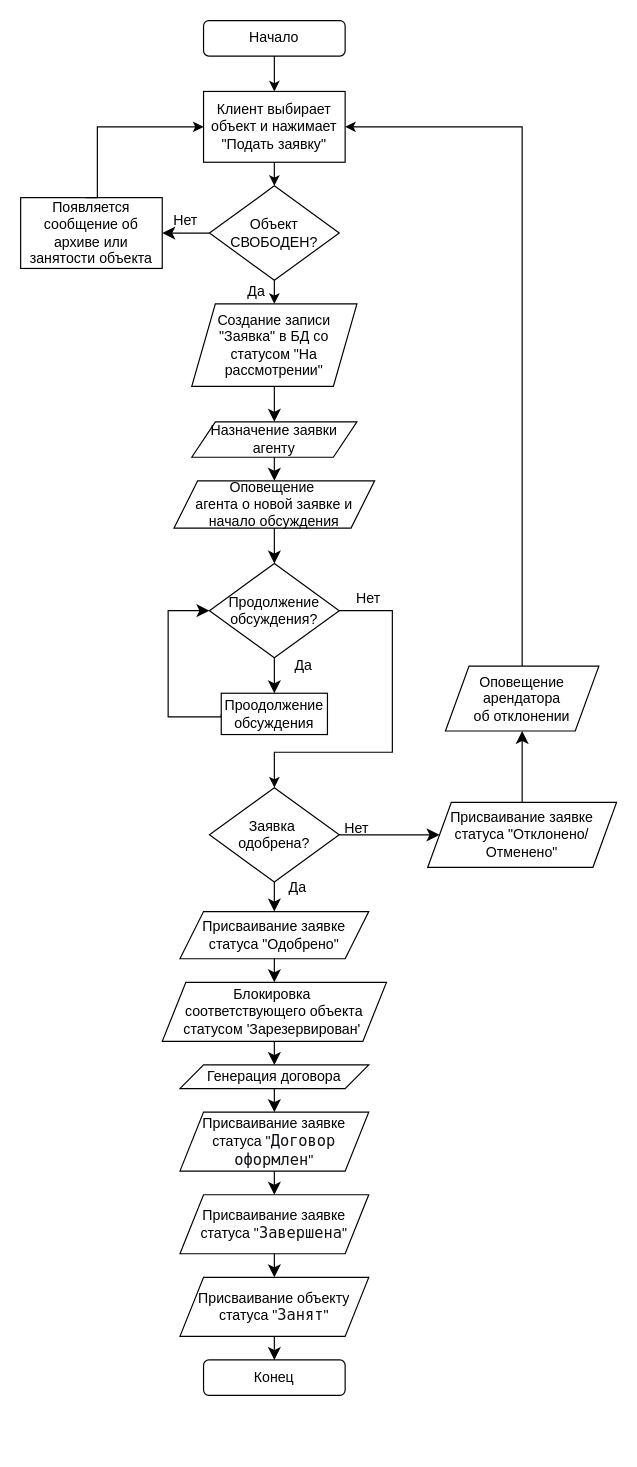
This is docs/charts/block_diagram.drawio from vladislavboev2007/RentEase, a draw.io file, before an edit. Source tidied: cells renumbered, new cells numbered last; positions are measured from the earlier drawing's top-left corner, leaving out a move shared by most shapes. Both pictures are drawn from the tidied source at 118%, with x=0, y=0 at pixel (20, 20).
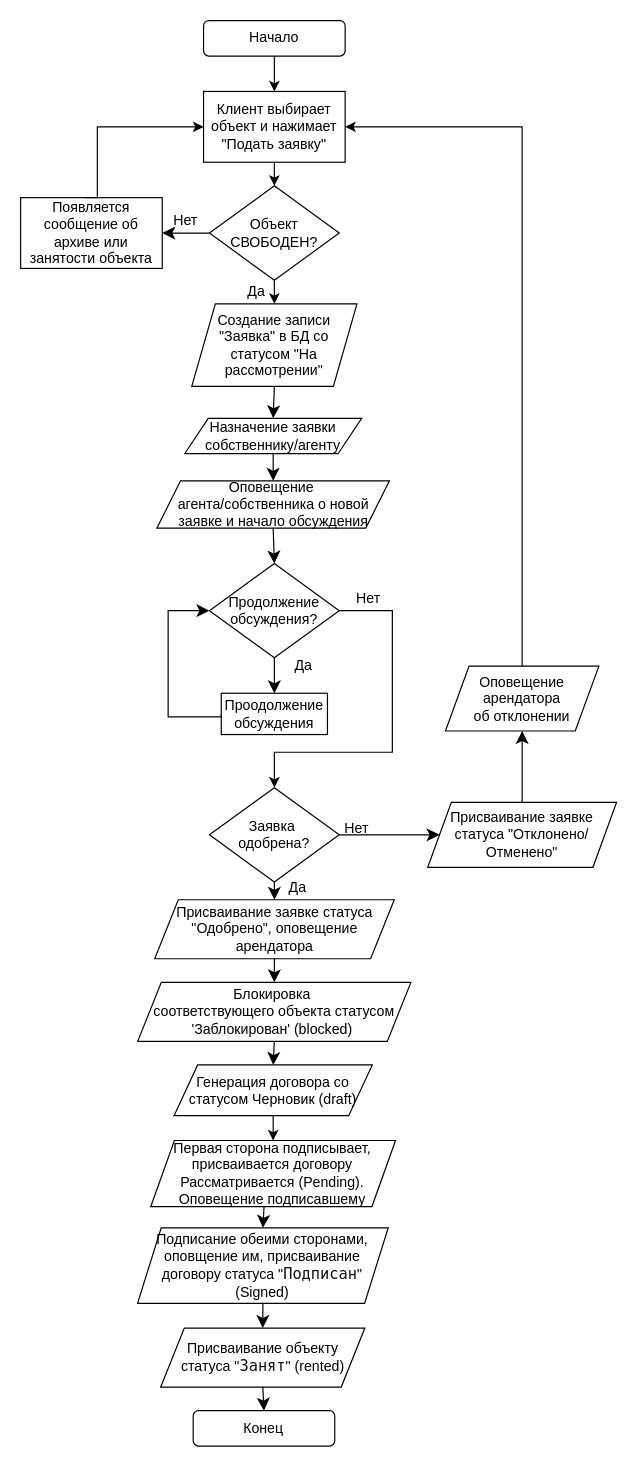
Above is the later version.

Diff of the diagram source:
```diff
@@
-    <mxCell id="10" value="Назначение заявки агенту" style="shape=parallelogram;perimeter=parallelogramPerimeter;whiteSpace=wrap;html=1;fixedSize=1;" parent="1" vertex="1">
-      <mxGeometry x="145" y="340" width="140" height="30" as="geometry" />
+    <mxCell id="10" value="Назначение заявки собственнику/агенту" style="shape=parallelogram;perimeter=parallelogramPerimeter;whiteSpace=wrap;html=1;fixedSize=1;" parent="1" vertex="1">
+      <mxGeometry x="139" y="337" width="150" height="30" as="geometry" />
     </mxCell>
-    <mxCell id="11" value="Оповещение&amp;nbsp;&lt;div&gt;агента о новой заявке и начало обсуждения&lt;/div&gt;" style="shape=parallelogram;perimeter=parallelogramPerimeter;whiteSpace=wrap;html=1;fixedSize=1;" parent="1" vertex="1">
-      <mxGeometry x="130" y="390" width="170" height="40" as="geometry" />
+    <mxCell id="11" value="Оповещение&amp;nbsp;&lt;div&gt;агента/собственника о новой заявке и начало обсуждения&lt;/div&gt;" style="shape=parallelogram;perimeter=parallelogramPerimeter;whiteSpace=wrap;html=1;fixedSize=1;" parent="1" vertex="1">
+      <mxGeometry x="115.5" y="390" width="197" height="40" as="geometry" />
     </mxCell>
@@
-    <mxCell id="13" value="Присваивание заявке статуса &quot;Одобрено&quot;" style="shape=parallelogram;perimeter=parallelogramPerimeter;whiteSpace=wrap;html=1;fixedSize=1;" parent="1" vertex="1">
-      <mxGeometry x="135" y="755" width="160" height="40" as="geometry" />
+    <mxCell id="13" value="Присваивание заявке статуса &quot;Одобрено&quot;, оповещение арендатора" style="shape=parallelogram;perimeter=parallelogramPerimeter;whiteSpace=wrap;html=1;fixedSize=1;" parent="1" vertex="1">
+      <mxGeometry x="113.6" y="745" width="203" height="50" as="geometry" />
     </mxCell>
-    <mxCell id="14" value="Блокировка&amp;nbsp;&lt;div&gt;соответствующего объекта статусом 'Зарезервирован&lt;span style=&quot;background-color: transparent; color: light-dark(rgb(0, 0, 0), rgb(255, 255, 255));&quot;&gt;'&amp;nbsp;&lt;/span&gt;&lt;/div&gt;" style="shape=parallelogram;perimeter=parallelogramPerimeter;whiteSpace=wrap;html=1;fixedSize=1;" parent="1" vertex="1">
-      <mxGeometry x="120" y="815" width="190" height="50" as="geometry" />
+    <mxCell id="14" value="Блокировка&amp;nbsp;&lt;div&gt;соответствующего объекта статусом 'Заблокирован&lt;span style=&quot;background-color: transparent; color: light-dark(rgb(0, 0, 0), rgb(255, 255, 255));&quot;&gt;' (blocked)&amp;nbsp;&lt;/span&gt;&lt;/div&gt;" style="shape=parallelogram;perimeter=parallelogramPerimeter;whiteSpace=wrap;html=1;fixedSize=1;" parent="1" vertex="1">
+      <mxGeometry x="99.2" y="815" width="231.5" height="50" as="geometry" />
     </mxCell>
@@
-    <mxCell id="24" value="Присваивание заявке статуса &quot;&lt;span style=&quot;color: rgb(15, 17, 21); font-family: Menlo, Monaco, Consolas, &amp;quot;Cascadia Mono&amp;quot;, &amp;quot;Ubuntu Mono&amp;quot;, &amp;quot;DejaVu Sans Mono&amp;quot;, &amp;quot;Liberation Mono&amp;quot;, &amp;quot;JetBrains Mono&amp;quot;, &amp;quot;Fira Code&amp;quot;, Cousine, &amp;quot;Roboto Mono&amp;quot;, &amp;quot;Courier New&amp;quot;, Courier, sans-serif, system-ui; font-size: 13px; text-align: start; background-color: transparent;&quot;&gt;Договор оформлен&lt;/span&gt;&lt;span style=&quot;background-color: transparent; color: light-dark(rgb(0, 0, 0), rgb(255, 255, 255));&quot;&gt;&quot;&lt;/span&gt;" style="shape=parallelogram;perimeter=parallelogramPerimeter;whiteSpace=wrap;html=1;fixedSize=1;" parent="1" vertex="1">
-      <mxGeometry x="135" y="925" width="160" height="50" as="geometry" />
-    </mxCell>
@@
-    <mxCell id="26" value="Генерация договора" style="shape=parallelogram;perimeter=parallelogramPerimeter;whiteSpace=wrap;html=1;fixedSize=1;" parent="1" vertex="1">
-      <mxGeometry x="135" y="885" width="160" height="20" as="geometry" />
+    <mxCell id="26" value="Генерация договора со статусом Черновик (draft)" style="shape=parallelogram;perimeter=parallelogramPerimeter;whiteSpace=wrap;html=1;fixedSize=1;" parent="1" vertex="1">
+      <mxGeometry x="130" y="885" width="168" height="43" as="geometry" />
     </mxCell>
-    <mxCell id="27" value="Присваивание заявке статуса &quot;&lt;span style=&quot;color: rgb(15, 17, 21); font-family: Menlo, Monaco, Consolas, &amp;quot;Cascadia Mono&amp;quot;, &amp;quot;Ubuntu Mono&amp;quot;, &amp;quot;DejaVu Sans Mono&amp;quot;, &amp;quot;Liberation Mono&amp;quot;, &amp;quot;JetBrains Mono&amp;quot;, &amp;quot;Fira Code&amp;quot;, Cousine, &amp;quot;Roboto Mono&amp;quot;, &amp;quot;Courier New&amp;quot;, Courier, sans-serif, system-ui; font-size: 13px; text-align: start; background-color: transparent;&quot;&gt;Завершена&lt;/span&gt;&lt;span style=&quot;background-color: transparent; color: light-dark(rgb(0, 0, 0), rgb(255, 255, 255));&quot;&gt;&quot;&lt;/span&gt;" style="shape=parallelogram;perimeter=parallelogramPerimeter;whiteSpace=wrap;html=1;fixedSize=1;" parent="1" vertex="1">
-      <mxGeometry x="135" y="995" width="160" height="50" as="geometry" />
+    <mxCell id="27" value="Подписание обеими сторонами, оповщение им, присваивание договору статуса &quot;&lt;span style=&quot;color: rgb(15, 17, 21); font-family: Menlo, Monaco, Consolas, &amp;quot;Cascadia Mono&amp;quot;, &amp;quot;Ubuntu Mono&amp;quot;, &amp;quot;DejaVu Sans Mono&amp;quot;, &amp;quot;Liberation Mono&amp;quot;, &amp;quot;JetBrains Mono&amp;quot;, &amp;quot;Fira Code&amp;quot;, Cousine, &amp;quot;Roboto Mono&amp;quot;, &amp;quot;Courier New&amp;quot;, Courier, sans-serif, system-ui; font-size: 13px; text-align: start; background-color: transparent;&quot;&gt;Подписан&lt;/span&gt;&lt;span style=&quot;background-color: transparent; color: light-dark(rgb(0, 0, 0), rgb(255, 255, 255));&quot;&gt;&quot; (Signed)&lt;/span&gt;" style="shape=parallelogram;perimeter=parallelogramPerimeter;whiteSpace=wrap;html=1;fixedSize=1;" parent="1" vertex="1">
+      <mxGeometry x="99.1" y="1023" width="212.4" height="64" as="geometry" />
     </mxCell>
-    <mxCell id="28" value="Присваивание объекту статуса &quot;&lt;span style=&quot;color: rgb(15, 17, 21); font-family: Menlo, Monaco, Consolas, &amp;quot;Cascadia Mono&amp;quot;, &amp;quot;Ubuntu Mono&amp;quot;, &amp;quot;DejaVu Sans Mono&amp;quot;, &amp;quot;Liberation Mono&amp;quot;, &amp;quot;JetBrains Mono&amp;quot;, &amp;quot;Fira Code&amp;quot;, Cousine, &amp;quot;Roboto Mono&amp;quot;, &amp;quot;Courier New&amp;quot;, Courier, sans-serif, system-ui; font-size: 13px; text-align: start; background-color: transparent;&quot;&gt;Занят&lt;/span&gt;&lt;span style=&quot;background-color: transparent; color: light-dark(rgb(0, 0, 0), rgb(255, 255, 255));&quot;&gt;&quot;&lt;/span&gt;" style="shape=parallelogram;perimeter=parallelogramPerimeter;whiteSpace=wrap;html=1;fixedSize=1;" parent="1" vertex="1">
-      <mxGeometry x="135" y="1065" width="160" height="50" as="geometry" />
+    <mxCell id="28" value="Присваивание объекту статуса &quot;&lt;span style=&quot;color: rgb(15, 17, 21); font-family: Menlo, Monaco, Consolas, &amp;quot;Cascadia Mono&amp;quot;, &amp;quot;Ubuntu Mono&amp;quot;, &amp;quot;DejaVu Sans Mono&amp;quot;, &amp;quot;Liberation Mono&amp;quot;, &amp;quot;JetBrains Mono&amp;quot;, &amp;quot;Fira Code&amp;quot;, Cousine, &amp;quot;Roboto Mono&amp;quot;, &amp;quot;Courier New&amp;quot;, Courier, sans-serif, system-ui; font-size: 13px; text-align: start; background-color: transparent;&quot;&gt;Занят&lt;/span&gt;&lt;span style=&quot;background-color: transparent; color: light-dark(rgb(0, 0, 0), rgb(255, 255, 255));&quot;&gt;&quot; (rented)&lt;/span&gt;" style="shape=parallelogram;perimeter=parallelogramPerimeter;whiteSpace=wrap;html=1;fixedSize=1;" parent="1" vertex="1">
+      <mxGeometry x="118.7" y="1108" width="173" height="50" as="geometry" />
     </mxCell>
     <mxCell id="29" value="Конец" style="rounded=1;whiteSpace=wrap;html=1;" parent="1" vertex="1">
-      <mxGeometry x="155" y="1135" width="120" height="30" as="geometry" />
+      <mxGeometry x="146.2" y="1178" width="120" height="30" as="geometry" />
     </mxCell>
@@
-    <mxCell id="31" style="endArrow=classic;html=1;rounded=0;fontSize=12;startSize=8;endSize=8;curved=1;exitX=0.5;exitY=1;exitDx=0;exitDy=0;entryX=0.5;entryY=0;entryDx=0;entryDy=0;" parent="1" edge="1" source="26" target="24">
-      <mxGeometry relative="1" as="geometry" />
-    </mxCell>
-    <mxCell id="32" style="endArrow=classic;html=1;rounded=0;fontSize=12;startSize=8;endSize=8;curved=1;exitX=0.5;exitY=1;exitDx=0;exitDy=0;entryX=0.5;entryY=0;entryDx=0;entryDy=0;" parent="1" edge="1" source="24" target="27">
-      <mxGeometry relative="1" as="geometry" />
+    <mxCell id="32" style="endArrow=classic;html=1;rounded=0;fontSize=12;startSize=8;endSize=8;curved=1;exitX=0.5;exitY=1;exitDx=0;exitDy=0;entryX=0.5;entryY=0;entryDx=0;entryDy=0;" parent="1" edge="1" target="27">
+      <mxGeometry relative="1" as="geometry">
+        <mxPoint x="206.5" y="1001" as="sourcePoint" />
+      </mxGeometry>
     </mxCell>
@@
+    <mxCell id="48" value="Первая сторона подписывает, присваивается договору Рассматривается (Pending). Оповещение подписавшему" style="shape=parallelogram;perimeter=parallelogramPerimeter;whiteSpace=wrap;html=1;fixedSize=1;" parent="1" vertex="1">
+      <mxGeometry x="110.3" y="949" width="207.4" height="56" as="geometry" />
+    </mxCell>
+    <mxCell id="49" style="endArrow=classic;html=1;rounded=0;exitX=0.5;exitY=1;exitDx=0;exitDy=0;" parent="1" edge="1" source="26" target="48">
+      <mxGeometry relative="1" as="geometry" />
+    </mxCell>
```
